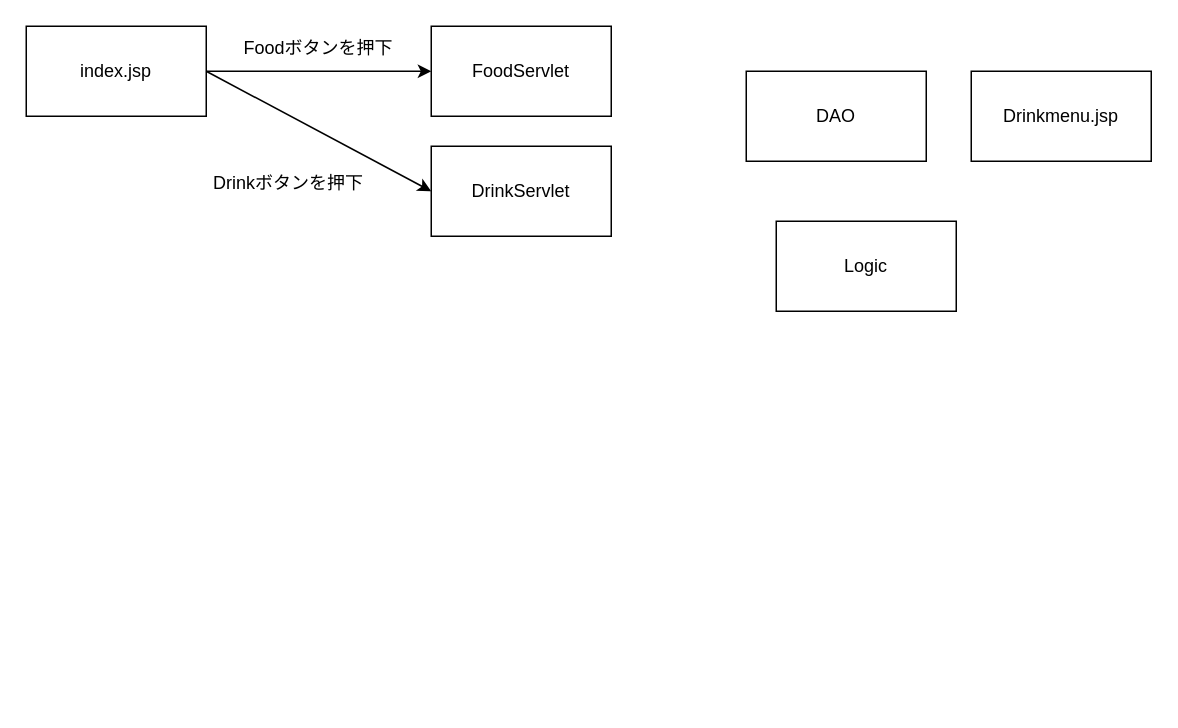
The draw.io diagram ordersys基本アーキテクチャ図.drawio in Tsubasa0125-Nike/-, before the edit. Source tidied: cells renumbered, new cells numbered last; positions are measured from the earlier drawing's top-left corner, leaving out a move shared by most shapes. Both pictures are drawn from the tidied source at 150%, with x=0, y=0 at pixel (26, 26).
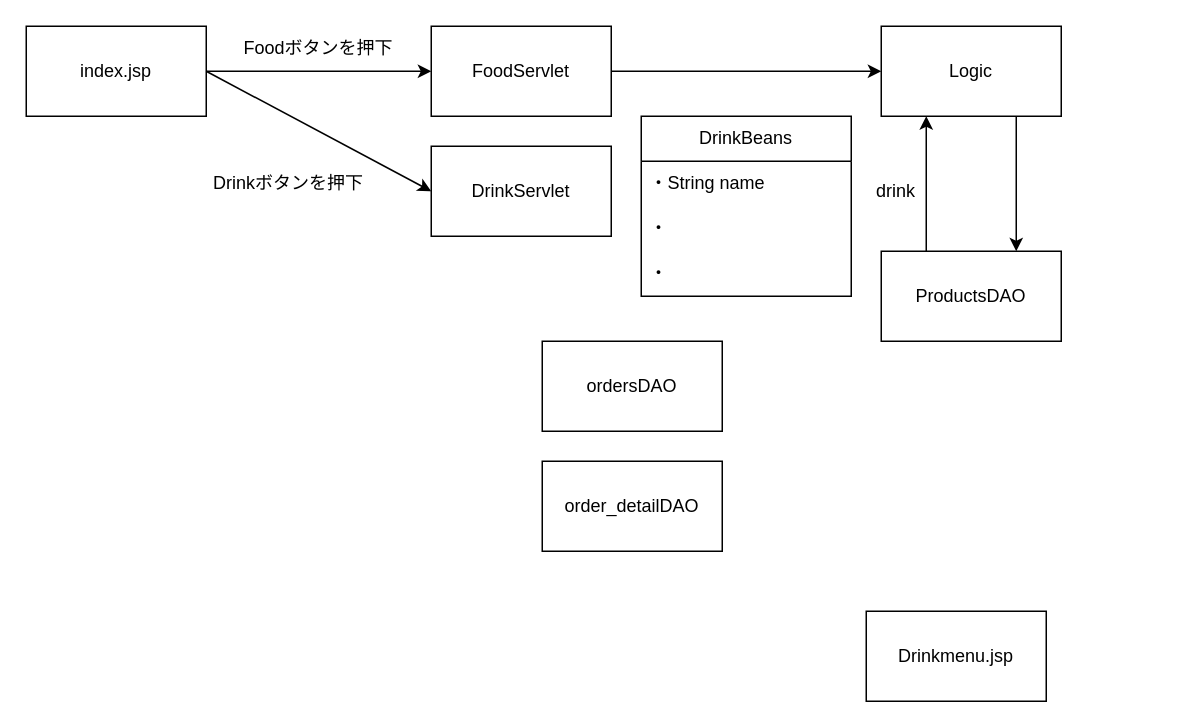
The same page after the edit.

Commit message:
ordersys基本アーキテクチャ図.drawio を更新

The change refers to these unchanged cells:
```xml
<mxCell id="7" value="FoodServlet" style="whiteSpace=wrap;html=1;align=center;newEdgeStyle={&quot;edgeStyle&quot;:&quot;elbowEdgeStyle&quot;,&quot;startArrow&quot;:&quot;none&quot;,&quot;endArrow&quot;:&quot;none&quot;};" parent="1" vertex="1">
  <mxGeometry x="270" width="120" height="60" as="geometry" />
</mxCell>
```

The edit, as a diff of the source:
```diff
@@
     <mxCell id="3" value="Drinkmenu.jsp" style="whiteSpace=wrap;html=1;align=center;newEdgeStyle={&quot;edgeStyle&quot;:&quot;elbowEdgeStyle&quot;,&quot;startArrow&quot;:&quot;none&quot;,&quot;endArrow&quot;:&quot;none&quot;};" parent="1" vertex="1">
-      <mxGeometry x="630" y="30" width="120" height="60" as="geometry" />
+      <mxGeometry x="560" y="390" width="120" height="60" as="geometry" />
     </mxCell>
@@
-    <mxCell id="5" value="DAO" style="whiteSpace=wrap;html=1;align=center;newEdgeStyle={&quot;edgeStyle&quot;:&quot;elbowEdgeStyle&quot;,&quot;startArrow&quot;:&quot;none&quot;,&quot;endArrow&quot;:&quot;none&quot;};" parent="1" vertex="1">
-      <mxGeometry x="480" y="30" width="120" height="60" as="geometry" />
+    <mxCell id="5" value="ProductsDAO" style="whiteSpace=wrap;html=1;align=center;newEdgeStyle={&quot;edgeStyle&quot;:&quot;elbowEdgeStyle&quot;,&quot;startArrow&quot;:&quot;none&quot;,&quot;endArrow&quot;:&quot;none&quot;};" parent="1" vertex="1">
+      <mxGeometry x="570" y="150" width="120" height="60" as="geometry" />
     </mxCell>
     <mxCell id="6" value="Logic" style="whiteSpace=wrap;html=1;align=center;newEdgeStyle={&quot;edgeStyle&quot;:&quot;elbowEdgeStyle&quot;,&quot;startArrow&quot;:&quot;none&quot;,&quot;endArrow&quot;:&quot;none&quot;};" parent="1" vertex="1">
-      <mxGeometry x="500" y="130" width="120" height="60" as="geometry" />
+      <mxGeometry x="570" width="120" height="60" as="geometry" />
     </mxCell>
@@
+    <mxCell id="12" value="DrinkBeans" style="swimlane;fontStyle=0;horizontal=1;startSize=30;whiteSpace=wrap;html=1;" parent="1" vertex="1">
+      <mxGeometry x="410" y="60" width="140" height="120" as="geometry" />
+    </mxCell>
+    <mxCell id="13" value="・String name" style="text;strokeColor=none;fillColor=none;align=left;verticalAlign=middle;spacingLeft=4;spacingRight=4;overflow=hidden;whiteSpace=wrap;html=1;" parent="12" vertex="1">
+      <mxGeometry y="30" width="140" height="30" as="geometry" />
+    </mxCell>
+    <mxCell id="14" value="・" style="text;strokeColor=none;fillColor=none;align=left;verticalAlign=middle;spacingLeft=4;spacingRight=4;overflow=hidden;whiteSpace=wrap;html=1;" parent="12" vertex="1">
+      <mxGeometry y="60" width="140" height="30" as="geometry" />
+    </mxCell>
+    <mxCell id="15" value="・" style="text;strokeColor=none;fillColor=none;align=left;verticalAlign=middle;spacingLeft=4;spacingRight=4;overflow=hidden;whiteSpace=wrap;html=1;" parent="12" vertex="1">
+      <mxGeometry y="90" width="140" height="30" as="geometry" />
+    </mxCell>
+    <mxCell id="16" style="edgeStyle=none;jettySize=auto;html=1;rounded=0;entryX=0;entryY=0.5;entryDx=0;entryDy=0;exitX=1;exitY=0.5;exitDx=0;exitDy=0;" parent="1" edge="1" source="7" target="6">
+      <mxGeometry relative="1" as="geometry" />
+    </mxCell>
+    <mxCell id="17" value="ordersDAO" style="whiteSpace=wrap;html=1;align=center;newEdgeStyle={&quot;edgeStyle&quot;:&quot;elbowEdgeStyle&quot;,&quot;startArrow&quot;:&quot;none&quot;,&quot;endArrow&quot;:&quot;none&quot;};" parent="1" vertex="1">
+      <mxGeometry x="344" y="210" width="120" height="60" as="geometry" />
+    </mxCell>
+    <mxCell id="18" value="order_detailDAO" style="whiteSpace=wrap;html=1;align=center;newEdgeStyle={&quot;edgeStyle&quot;:&quot;elbowEdgeStyle&quot;,&quot;startArrow&quot;:&quot;none&quot;,&quot;endArrow&quot;:&quot;none&quot;};" parent="1" vertex="1">
+      <mxGeometry x="344" y="290" width="120" height="60" as="geometry" />
+    </mxCell>
+    <mxCell id="19" style="endArrow=classic;html=1;rounded=0;entryX=0.75;entryY=0;entryDx=0;entryDy=0;exitX=0.75;exitY=1;exitDx=0;exitDy=0;" parent="1" edge="1" source="6" target="5">
+      <mxGeometry relative="1" as="geometry" />
+    </mxCell>
+    <mxCell id="20" style="endArrow=classic;html=1;rounded=0;entryX=0.25;entryY=1;entryDx=0;entryDy=0;exitX=0.25;exitY=0;exitDx=0;exitDy=0;" parent="1" edge="1" source="5" target="6">
+      <mxGeometry relative="1" as="geometry" />
+    </mxCell>
+    <mxCell id="21" value="drink" style="text;html=1;whiteSpace=wrap;strokeColor=none;fillColor=none;align=center;verticalAlign=middle;rounded=0;" parent="1" vertex="1">
+      <mxGeometry x="550" y="95" width="60" height="30" as="geometry" />
+    </mxCell>
```
